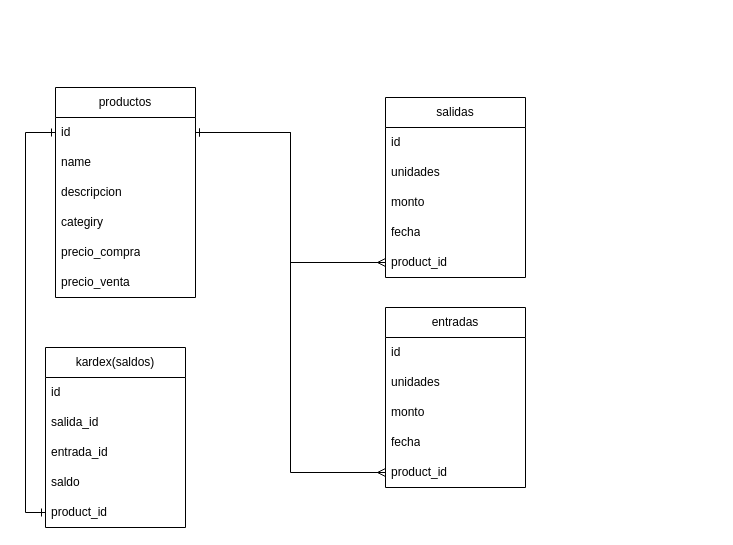
This is sistema_inventarios.drawio from MasterJhonny/diagramas, a draw.io file, before an edit. Source tidied: cells renumbered, new cells numbered last; positions are measured from the earlier drawing's top-left corner, leaving out a move shared by most shapes. Both pictures are drawn from the tidied source at 100%, with x=0, y=0 at pixel (45, 87).
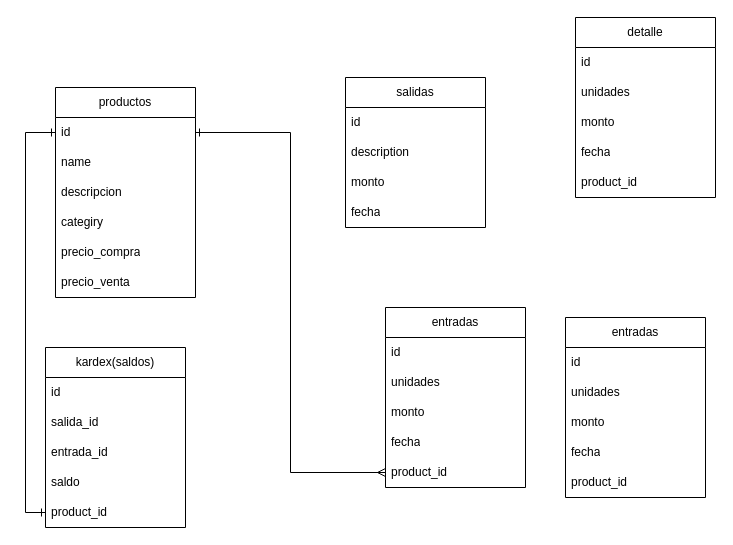
The same diagram, later.

Unchanged cells that the change refers to:
```xml
<mxCell id="3" value="id" style="text;strokeColor=none;fillColor=none;align=left;verticalAlign=middle;spacingLeft=4;spacingRight=4;overflow=hidden;points=[[0,0.5],[1,0.5]];portConstraint=eastwest;whiteSpace=wrap;html=1;" parent="2" vertex="1">
  <mxGeometry y="30" width="140" height="30" as="geometry" />
</mxCell>
```

What changed in the source:
```diff
@@
     <mxCell id="9" value="salidas" style="swimlane;fontStyle=0;horizontal=1;startSize=30;whiteSpace=wrap;html=1;" parent="1" vertex="1">
-      <mxGeometry x="340" y="10" width="140" height="180" as="geometry" />
+      <mxGeometry x="300" y="-10" width="140" height="150" as="geometry" />
     </mxCell>
@@
-    <mxCell id="11" value="unidades" style="text;strokeColor=none;fillColor=none;align=left;verticalAlign=middle;spacingLeft=4;spacingRight=4;overflow=hidden;whiteSpace=wrap;html=1;" parent="9" vertex="1">
-      <mxGeometry y="60" width="140" height="30" as="geometry" />
-    </mxCell>
+    <mxCell id="30" value="description" style="text;strokeColor=none;fillColor=none;align=left;verticalAlign=middle;spacingLeft=4;spacingRight=4;overflow=hidden;whiteSpace=wrap;html=1;" parent="9" vertex="1">
+      <mxGeometry y="60" width="140" height="30" as="geometry" />
+    </mxCell>
@@
-    <mxCell id="14" value="product_id" style="text;strokeColor=none;fillColor=none;align=left;verticalAlign=middle;spacingLeft=4;spacingRight=4;overflow=hidden;points=[[0,0.5],[1,0.5]];portConstraint=eastwest;whiteSpace=wrap;html=1;" parent="9" vertex="1">
-      <mxGeometry y="150" width="140" height="30" as="geometry" />
-    </mxCell>
-    <mxCell id="15" style="edgeStyle=orthogonalEdgeStyle;rounded=0;jettySize=auto;html=1;entryX=0;entryY=0.5;entryDx=0;entryDy=0;endArrow=ERmany;endFill=0;startArrow=ERone;startFill=0;" parent="1" edge="1" source="3" target="14">
-      <mxGeometry relative="1" as="geometry" />
-    </mxCell>
@@
+    <mxCell id="31" value="detalle" style="swimlane;fontStyle=0;horizontal=1;startSize=30;whiteSpace=wrap;html=1;" parent="1" vertex="1">
+      <mxGeometry x="530" y="-70" width="140" height="180" as="geometry" />
+    </mxCell>
+    <mxCell id="32" value="id" style="text;strokeColor=none;fillColor=none;align=left;verticalAlign=middle;spacingLeft=4;spacingRight=4;overflow=hidden;whiteSpace=wrap;html=1;" parent="31" vertex="1">
+      <mxGeometry y="30" width="140" height="30" as="geometry" />
+    </mxCell>
+    <mxCell id="33" value="unidades" style="text;strokeColor=none;fillColor=none;align=left;verticalAlign=middle;spacingLeft=4;spacingRight=4;overflow=hidden;whiteSpace=wrap;html=1;" parent="31" vertex="1">
+      <mxGeometry y="60" width="140" height="30" as="geometry" />
+    </mxCell>
+    <mxCell id="34" value="monto" style="text;strokeColor=none;fillColor=none;align=left;verticalAlign=middle;spacingLeft=4;spacingRight=4;overflow=hidden;whiteSpace=wrap;html=1;" parent="31" vertex="1">
+      <mxGeometry y="90" width="140" height="30" as="geometry" />
+    </mxCell>
+    <mxCell id="35" value="fecha" style="text;strokeColor=none;fillColor=none;align=left;verticalAlign=middle;spacingLeft=4;spacingRight=4;overflow=hidden;whiteSpace=wrap;html=1;" parent="31" vertex="1">
+      <mxGeometry y="120" width="140" height="30" as="geometry" />
+    </mxCell>
+    <mxCell id="36" value="product_id" style="text;strokeColor=none;fillColor=none;align=left;verticalAlign=middle;spacingLeft=4;spacingRight=4;overflow=hidden;whiteSpace=wrap;html=1;" parent="31" vertex="1">
+      <mxGeometry y="150" width="140" height="30" as="geometry" />
+    </mxCell>
+    <mxCell id="37" value="entradas" style="swimlane;fontStyle=0;horizontal=1;startSize=30;whiteSpace=wrap;html=1;" parent="1" vertex="1">
+      <mxGeometry x="520" y="230" width="140" height="180" as="geometry" />
+    </mxCell>
+    <mxCell id="38" value="id" style="text;strokeColor=none;fillColor=none;align=left;verticalAlign=middle;spacingLeft=4;spacingRight=4;overflow=hidden;whiteSpace=wrap;html=1;" parent="37" vertex="1">
+      <mxGeometry y="30" width="140" height="30" as="geometry" />
+    </mxCell>
+    <mxCell id="39" value="unidades" style="text;strokeColor=none;fillColor=none;align=left;verticalAlign=middle;spacingLeft=4;spacingRight=4;overflow=hidden;whiteSpace=wrap;html=1;" parent="37" vertex="1">
+      <mxGeometry y="60" width="140" height="30" as="geometry" />
+    </mxCell>
+    <mxCell id="40" value="monto" style="text;strokeColor=none;fillColor=none;align=left;verticalAlign=middle;spacingLeft=4;spacingRight=4;overflow=hidden;whiteSpace=wrap;html=1;" parent="37" vertex="1">
+      <mxGeometry y="90" width="140" height="30" as="geometry" />
+    </mxCell>
+    <mxCell id="41" value="fecha" style="text;strokeColor=none;fillColor=none;align=left;verticalAlign=middle;spacingLeft=4;spacingRight=4;overflow=hidden;whiteSpace=wrap;html=1;" parent="37" vertex="1">
+      <mxGeometry y="120" width="140" height="30" as="geometry" />
+    </mxCell>
+    <mxCell id="42" value="product_id" style="text;strokeColor=none;fillColor=none;align=left;verticalAlign=middle;spacingLeft=4;spacingRight=4;overflow=hidden;whiteSpace=wrap;html=1;" parent="37" vertex="1">
+      <mxGeometry y="150" width="140" height="30" as="geometry" />
+    </mxCell>
```
